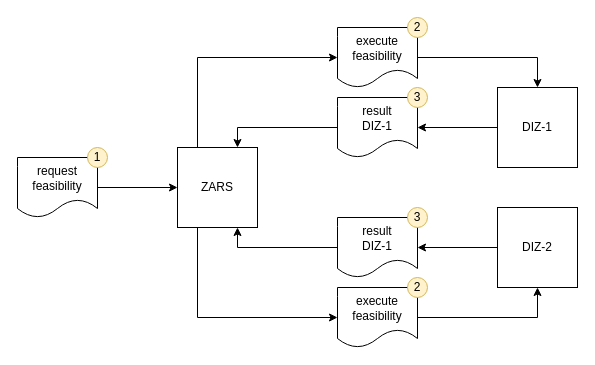
Above: mii-process-feasibility/docs/feasibility-process-01.drawio in medizininformatik-initiative/mii-process-feasibility (draw.io), before the change. Source tidied: cells renumbered, new cells numbered last; positions are measured from the earlier drawing's top-left corner, leaving out a move shared by most shapes. Both pictures are drawn from the tidied source at 100%, with x=0, y=0 at pixel (17, 17).
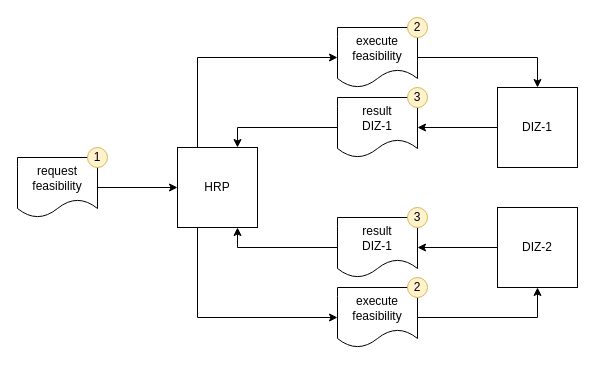
The same diagram, later.

Commit message (it also covers changes not shown here):
Replace ZARS by HRP

Diff of the diagram source:
```diff
@@
-    <mxCell id="4" value="ZARS" style="whiteSpace=wrap;html=1;" parent="1" vertex="1">
+    <mxCell id="4" value="HRP" style="whiteSpace=wrap;html=1;" parent="1" vertex="1">
       <mxGeometry x="160" y="130" width="80" height="80" as="geometry" />
     </mxCell>
```
